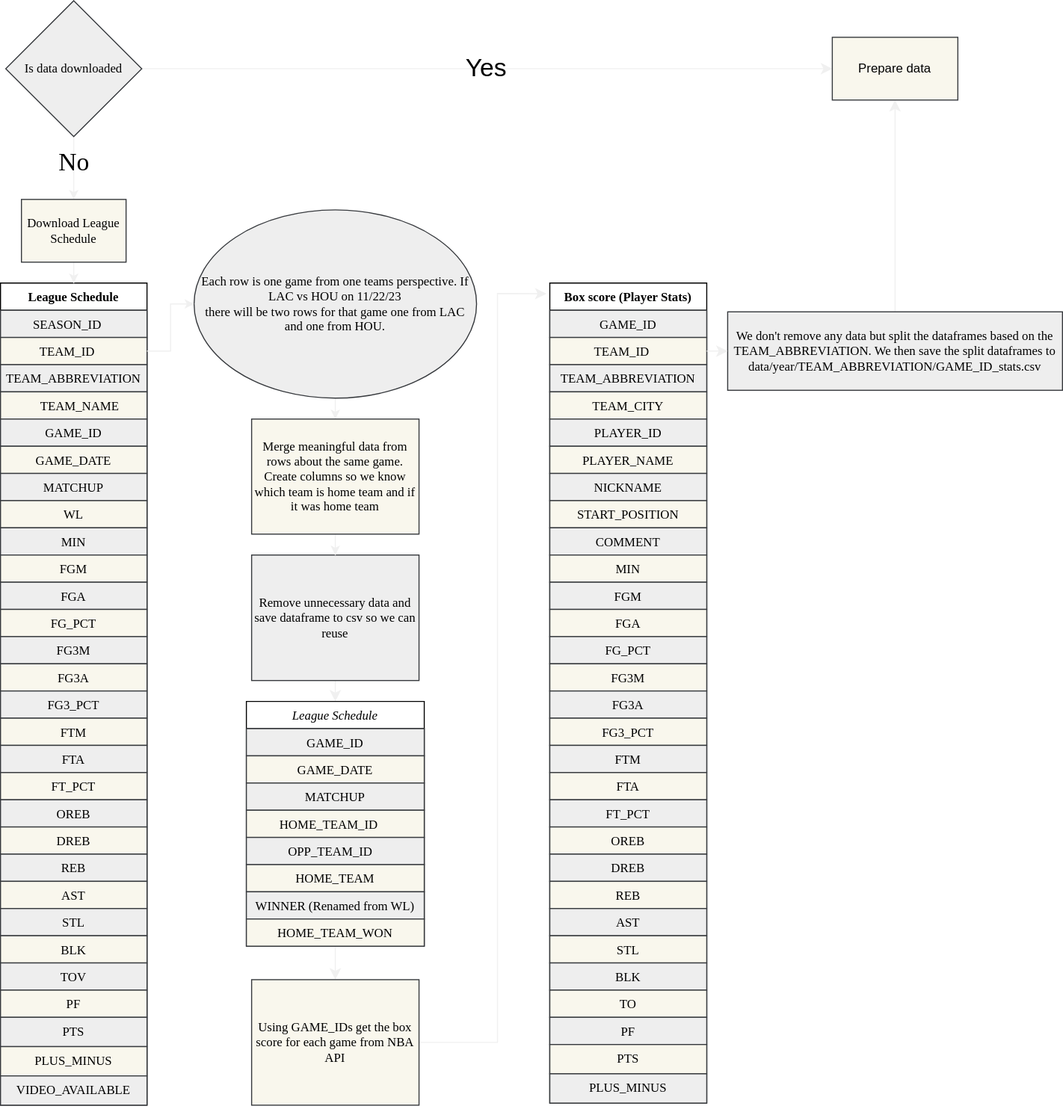
Above: README Diagrams/Download Diagram.svg in dmb1o3/NBAWinPredictor (draw.io), before the change. Source tidied: cells renumbered, new cells last; positions are measured from the earlier drawing's top-left corner, leaving out a move shared by most shapes.
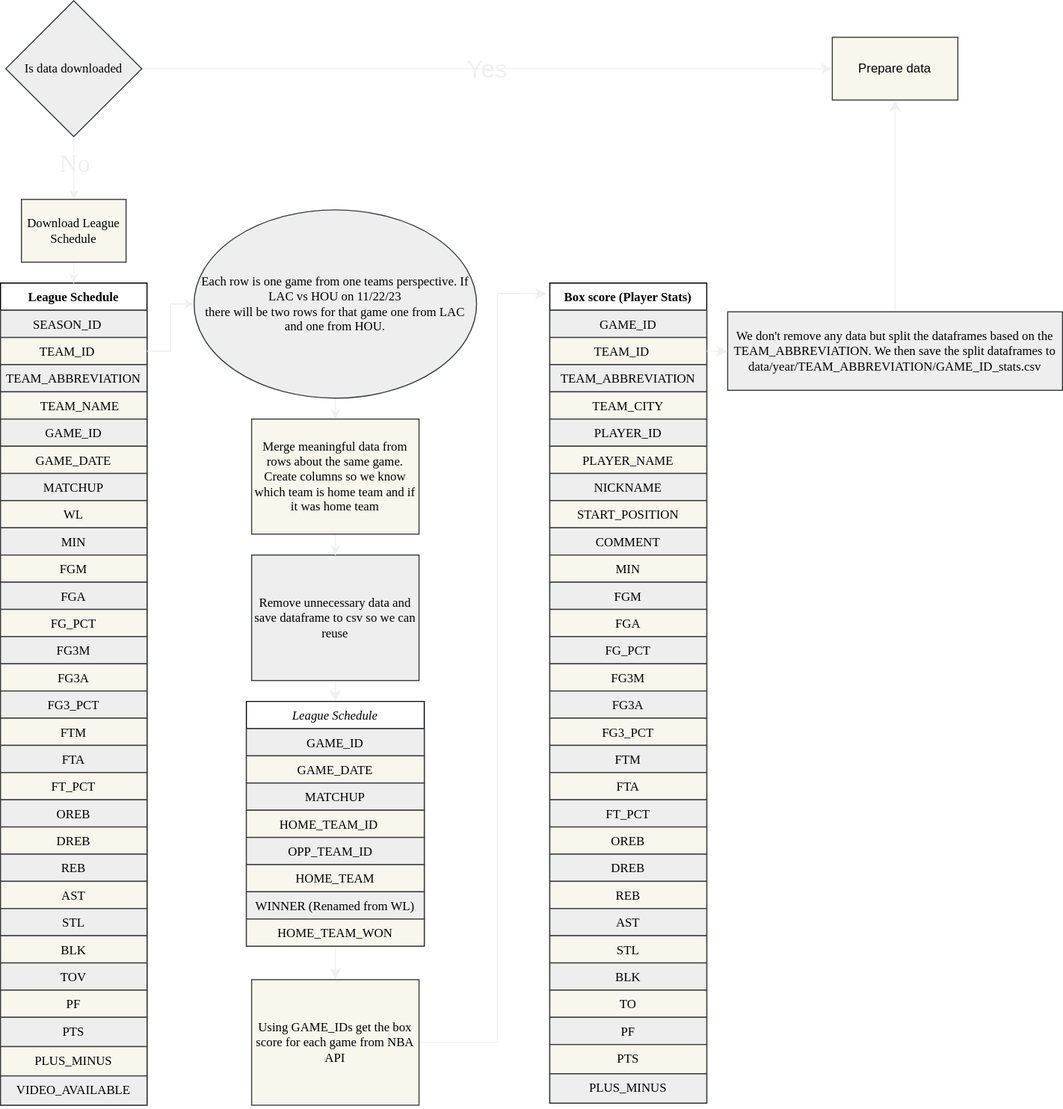
After the commit.

Commit message:
Updated yes and no lines so that they are more readable now that they have no background. Also broke up parameters for some models, so it's more readable without having to scroll.

The edit, as a diff of the source:
```diff
@@ -98,7 +98,7 @@
     <mxCell id="33" style="edgeStyle=orthogonalEdgeStyle;rounded=0;jettySize=auto;html=1;exitX=0.5;exitY=1;exitDx=0;exitDy=0;entryX=0.5;entryY=0;entryDx=0;entryDy=0;strokeColor=#F0F0F0;fontFamily=Times New Roman;" parent="1" edge="1" source="37" target="39">
       <mxGeometry relative="1" as="geometry" />
     </mxCell>
-    <mxCell id="34" value="&lt;font style=&quot;font-size: 24px;&quot;&gt;No&lt;/font&gt;" style="edgeLabel;html=1;align=center;verticalAlign=middle;fontFamily=Times New Roman;labelBackgroundColor=none;" parent="33" vertex="1">
+    <mxCell id="34" value="&lt;font style=&quot;font-size: 24px;&quot;&gt;No&lt;/font&gt;" style="edgeLabel;html=1;align=center;verticalAlign=middle;fontFamily=Times New Roman;labelBackgroundColor=none;fontColor=#F0F0F0;" parent="33" vertex="1">
       <mxGeometry x="-0.07" y="3" relative="1" as="geometry">
         <mxPoint x="-3" y="-3" as="offset" />
       </mxGeometry>
@@ -106,7 +106,7 @@
     <mxCell id="35" style="edgeStyle=none;curved=1;rounded=0;jettySize=auto;html=1;fontSize=12;startSize=8;endSize=8;strokeColor=#F0F0F0;" parent="1" edge="1" source="37" target="94">
       <mxGeometry relative="1" as="geometry" />
     </mxCell>
-    <mxCell id="36" value="&lt;font style=&quot;font-size: 24px;&quot;&gt;Yes&lt;/font&gt;" style="edgeLabel;html=1;align=center;verticalAlign=middle;fontSize=12;labelBackgroundColor=none;" parent="35" vertex="1">
+    <mxCell id="36" value="&lt;font style=&quot;font-size: 24px;&quot;&gt;Yes&lt;/font&gt;" style="edgeLabel;html=1;align=center;verticalAlign=middle;fontSize=12;labelBackgroundColor=none;fontColor=#F0F0F0;" parent="35" vertex="1">
       <mxGeometry relative="1" as="geometry" />
     </mxCell>
     <mxCell id="37" value="Is data downloaded" style="rhombus;whiteSpace=wrap;html=1;fillColor=#eeeeee;strokeColor=#36393d;fontFamily=Times New Roman;" parent="1" vertex="1">
```
